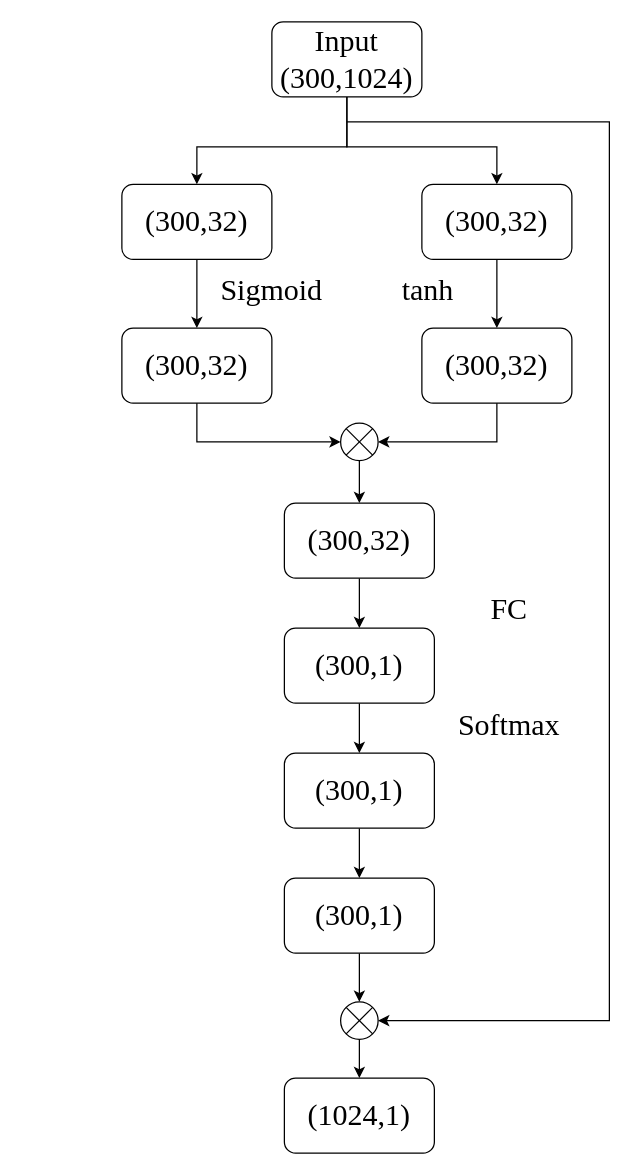
Earlier version of the draw.io diagram MIVL.drawio (limengzhu3211/draw). Source tidied: cells renumbered, new cells numbered last; positions are measured from the earlier drawing's top-left corner, leaving out a move shared by most shapes. Both pictures are drawn from the tidied source at 125%, with x=0, y=0 at pixel (121, 21).
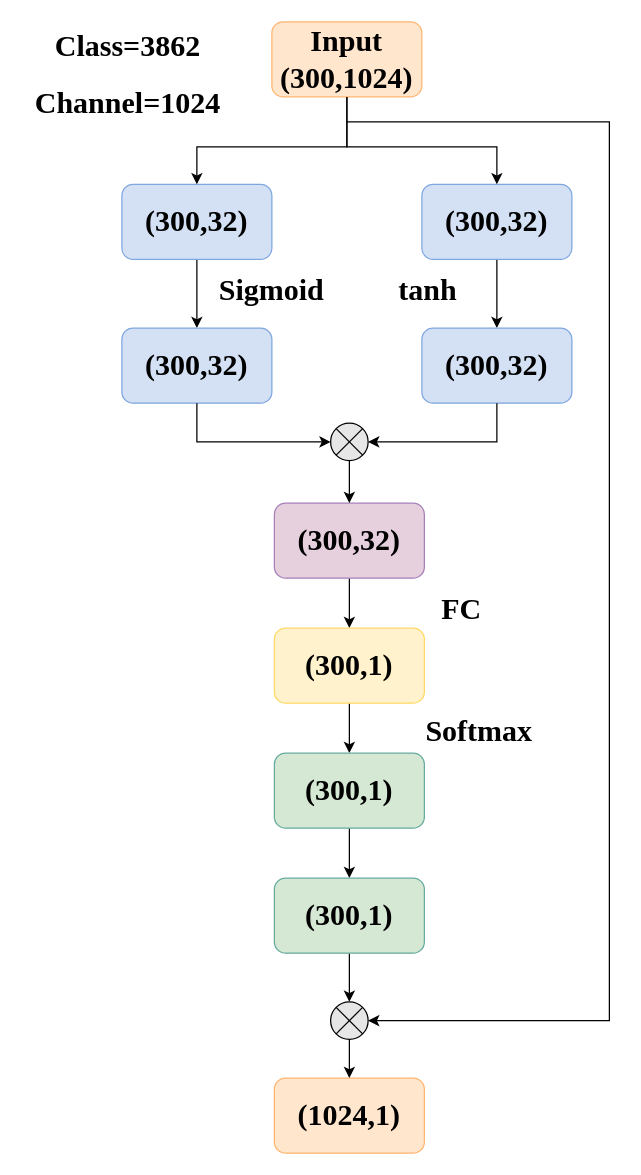
After the change.

Change to the diagram source:
```diff
@@
-    <mxCell id="2" value="&lt;font style=&quot;font-size: 24px&quot; face=&quot;Times New Roman&quot;&gt;Input&lt;br&gt;(300,1024)&lt;/font&gt;" style="rounded=1;whiteSpace=wrap;html=1;" parent="1" vertex="1">
+    <mxCell id="2" value="&lt;font style=&quot;font-size: 24px&quot; face=&quot;Times New Roman&quot;&gt;&lt;b&gt;Input&lt;br&gt;(300,1024)&lt;/b&gt;&lt;/font&gt;" style="rounded=1;whiteSpace=wrap;html=1;fillColor=#FFE6CC;strokeColor=#FFB570;" parent="1" vertex="1">
       <mxGeometry x="120" width="120" height="60" as="geometry" />
     </mxCell>
@@
-    <mxCell id="4" value="&lt;font style=&quot;font-size: 24px&quot; face=&quot;Times New Roman&quot;&gt;(300,32)&lt;/font&gt;" style="rounded=1;whiteSpace=wrap;html=1;" parent="1" vertex="1">
+    <mxCell id="4" value="&lt;font style=&quot;font-size: 24px&quot; face=&quot;Times New Roman&quot;&gt;&lt;b&gt;(300,32)&lt;/b&gt;&lt;/font&gt;" style="rounded=1;whiteSpace=wrap;html=1;fillColor=#D4E1F5;strokeColor=#7EA6E0;" parent="1" vertex="1">
       <mxGeometry y="130" width="120" height="60" as="geometry" />
     </mxCell>
-    <mxCell id="5" value="&lt;font face=&quot;Times New Roman&quot; style=&quot;font-size: 24px&quot;&gt;(300,32)&lt;/font&gt;" style="rounded=1;whiteSpace=wrap;html=1;" parent="1" vertex="1">
+    <mxCell id="5" value="&lt;font face=&quot;Times New Roman&quot; style=&quot;font-size: 24px&quot;&gt;&lt;b&gt;(300,32)&lt;/b&gt;&lt;/font&gt;" style="rounded=1;whiteSpace=wrap;html=1;fillColor=#D4E1F5;strokeColor=#7EA6E0;" parent="1" vertex="1">
       <mxGeometry y="245" width="120" height="60" as="geometry" />
     </mxCell>
@@
-    <mxCell id="7" value="&lt;span&gt;&lt;font style=&quot;font-size: 24px&quot; face=&quot;Times New Roman&quot;&gt;(300,32)&lt;/font&gt;&lt;/span&gt;" style="rounded=1;whiteSpace=wrap;html=1;" parent="1" vertex="1">
-      <mxGeometry x="130" y="385" width="120" height="60" as="geometry" />
+    <mxCell id="7" value="&lt;span&gt;&lt;font style=&quot;font-size: 24px&quot; face=&quot;Times New Roman&quot;&gt;&lt;b&gt;(300,32)&lt;/b&gt;&lt;/font&gt;&lt;/span&gt;" style="rounded=1;whiteSpace=wrap;html=1;fillColor=#E6D0DE;strokeColor=#A680B8;" parent="1" vertex="1">
+      <mxGeometry x="122" y="385" width="120" height="60" as="geometry" />
     </mxCell>
@@
-    <mxCell id="10" value="&lt;span&gt;&lt;font style=&quot;font-size: 24px&quot; face=&quot;Times New Roman&quot;&gt;(300,1)&lt;/font&gt;&lt;/span&gt;" style="rounded=1;whiteSpace=wrap;html=1;" parent="1" vertex="1">
-      <mxGeometry x="130" y="485" width="120" height="60" as="geometry" />
+    <mxCell id="10" value="&lt;span&gt;&lt;font style=&quot;font-size: 24px&quot; face=&quot;Times New Roman&quot;&gt;&lt;b&gt;(300,1)&lt;/b&gt;&lt;/font&gt;&lt;/span&gt;" style="rounded=1;whiteSpace=wrap;html=1;fillColor=#FFF2CC;strokeColor=#FFD966;" parent="1" vertex="1">
+      <mxGeometry x="122" y="485" width="120" height="60" as="geometry" />
     </mxCell>
@@
-    <mxCell id="12" value="&lt;span&gt;&lt;font face=&quot;Times New Roman&quot; style=&quot;font-size: 24px&quot;&gt;(300,1)&lt;/font&gt;&lt;/span&gt;" style="rounded=1;whiteSpace=wrap;html=1;" parent="1" vertex="1">
-      <mxGeometry x="130" y="585" width="120" height="60" as="geometry" />
+    <mxCell id="12" value="&lt;span&gt;&lt;font face=&quot;Times New Roman&quot; style=&quot;font-size: 24px&quot;&gt;&lt;b&gt;(300,1)&lt;/b&gt;&lt;/font&gt;&lt;/span&gt;" style="rounded=1;whiteSpace=wrap;html=1;fillColor=#D5E8D4;strokeColor=#67AB9F;" parent="1" vertex="1">
+      <mxGeometry x="122" y="585" width="120" height="60" as="geometry" />
     </mxCell>
@@
-    <mxCell id="14" value="&lt;span&gt;&lt;font face=&quot;Times New Roman&quot; style=&quot;font-size: 24px&quot;&gt;(300,1)&lt;/font&gt;&lt;/span&gt;" style="rounded=1;whiteSpace=wrap;html=1;" parent="1" vertex="1">
-      <mxGeometry x="130" y="685" width="120" height="60" as="geometry" />
+    <mxCell id="14" value="&lt;span&gt;&lt;font face=&quot;Times New Roman&quot; style=&quot;font-size: 24px&quot;&gt;&lt;b&gt;(300,1)&lt;/b&gt;&lt;/font&gt;&lt;/span&gt;" style="rounded=1;whiteSpace=wrap;html=1;fillColor=#D5E8D4;strokeColor=#67AB9F;" parent="1" vertex="1">
+      <mxGeometry x="122" y="685" width="120" height="60" as="geometry" />
     </mxCell>
-    <mxCell id="15" value="&lt;span&gt;&lt;font face=&quot;Times New Roman&quot; style=&quot;font-size: 24px&quot;&gt;(1024,1)&lt;/font&gt;&lt;/span&gt;" style="rounded=1;whiteSpace=wrap;html=1;" parent="1" vertex="1">
-      <mxGeometry x="130" y="845" width="120" height="60" as="geometry" />
+    <mxCell id="15" value="&lt;span&gt;&lt;font face=&quot;Times New Roman&quot; style=&quot;font-size: 24px&quot;&gt;&lt;b&gt;(1024,1)&lt;/b&gt;&lt;/font&gt;&lt;/span&gt;" style="rounded=1;whiteSpace=wrap;html=1;fillColor=#FFE6CC;strokeColor=#FFB570;" parent="1" vertex="1">
+      <mxGeometry x="122" y="845" width="120" height="60" as="geometry" />
     </mxCell>
@@
-    <mxCell id="17" style="ellipse;whiteSpace=wrap;html=1;" parent="1" vertex="1">
-      <mxGeometry x="175" y="321" width="30" height="30" as="geometry" />
+    <mxCell id="17" style="ellipse;whiteSpace=wrap;html=1;fillColor=#E6E6E6;" parent="1" vertex="1">
+      <mxGeometry x="167" y="321" width="30" height="30" as="geometry" />
     </mxCell>
@@
-    <mxCell id="19" style="endArrow=none;html=1;rounded=0;edgeStyle=orthogonalEdgeStyle;exitX=0;exitY=0;exitDx=0;exitDy=0;entryX=1;entryY=1;entryDx=0;entryDy=0;" parent="1" edge="1" source="17" target="17">
+    <mxCell id="19" style="endArrow=none;html=1;rounded=0;edgeStyle=orthogonalEdgeStyle;exitX=0;exitY=0;exitDx=0;exitDy=0;entryX=1;entryY=1;entryDx=0;entryDy=0;fillColor=#E6E6E6;" parent="1" edge="1" source="17" target="17">
       <mxGeometry relative="1" as="geometry" />
     </mxCell>
-    <mxCell id="20" style="endArrow=none;html=1;rounded=0;edgeStyle=orthogonalEdgeStyle;exitX=0;exitY=1;exitDx=0;exitDy=0;entryX=1;entryY=0;entryDx=0;entryDy=0;" parent="1" edge="1" source="17" target="17">
+    <mxCell id="20" style="endArrow=none;html=1;rounded=0;edgeStyle=orthogonalEdgeStyle;exitX=0;exitY=1;exitDx=0;exitDy=0;entryX=1;entryY=0;entryDx=0;entryDy=0;fillColor=#E6E6E6;" parent="1" edge="1" source="17" target="17">
       <mxGeometry relative="1" as="geometry" />
     </mxCell>
@@
-    <mxCell id="22" value="&lt;font style=&quot;font-size: 24px&quot; face=&quot;Times New Roman&quot;&gt;(300,32)&lt;/font&gt;" style="rounded=1;whiteSpace=wrap;html=1;" parent="1" vertex="1">
+    <mxCell id="22" value="&lt;font style=&quot;font-size: 24px&quot; face=&quot;Times New Roman&quot;&gt;&lt;b&gt;(300,32)&lt;/b&gt;&lt;/font&gt;" style="rounded=1;whiteSpace=wrap;html=1;fillColor=#D4E1F5;strokeColor=#7EA6E0;" parent="1" vertex="1">
       <mxGeometry x="240" y="130" width="120" height="60" as="geometry" />
     </mxCell>
-    <mxCell id="23" value="&lt;font face=&quot;Times New Roman&quot; style=&quot;font-size: 24px&quot;&gt;(300,32)&lt;/font&gt;" style="rounded=1;whiteSpace=wrap;html=1;" parent="1" vertex="1">
+    <mxCell id="23" value="&lt;font face=&quot;Times New Roman&quot; style=&quot;font-size: 24px&quot;&gt;&lt;b&gt;(300,32)&lt;/b&gt;&lt;/font&gt;" style="rounded=1;whiteSpace=wrap;html=1;fillColor=#D4E1F5;strokeColor=#7EA6E0;" parent="1" vertex="1">
       <mxGeometry x="240" y="245" width="120" height="60" as="geometry" />
     </mxCell>
@@
-    <mxCell id="27" style="ellipse;whiteSpace=wrap;html=1;" parent="1" vertex="1">
-      <mxGeometry x="175" y="784" width="30" height="30" as="geometry" />
+    <mxCell id="27" style="ellipse;whiteSpace=wrap;html=1;fillColor=#E6E6E6;" parent="1" vertex="1">
+      <mxGeometry x="167" y="784" width="30" height="30" as="geometry" />
     </mxCell>
-    <mxCell id="28" style="endArrow=none;html=1;rounded=0;edgeStyle=orthogonalEdgeStyle;exitX=0;exitY=0;exitDx=0;exitDy=0;entryX=1;entryY=1;entryDx=0;entryDy=0;" parent="1" edge="1" source="27" target="27">
+    <mxCell id="28" style="endArrow=none;html=1;rounded=0;edgeStyle=orthogonalEdgeStyle;exitX=0;exitY=0;exitDx=0;exitDy=0;entryX=1;entryY=1;entryDx=0;entryDy=0;fillColor=#E6E6E6;" parent="1" edge="1" source="27" target="27">
       <mxGeometry relative="1" as="geometry" />
     </mxCell>
-    <mxCell id="29" style="endArrow=none;html=1;rounded=0;edgeStyle=orthogonalEdgeStyle;exitX=0;exitY=1;exitDx=0;exitDy=0;entryX=1;entryY=0;entryDx=0;entryDy=0;" parent="1" edge="1" source="27" target="27">
+    <mxCell id="29" style="endArrow=none;html=1;rounded=0;edgeStyle=orthogonalEdgeStyle;exitX=0;exitY=1;exitDx=0;exitDy=0;entryX=1;entryY=0;entryDx=0;entryDy=0;fillColor=#E6E6E6;" parent="1" edge="1" source="27" target="27">
       <mxGeometry relative="1" as="geometry" />
     </mxCell>
@@
-    <mxCell id="31" value="&lt;font style=&quot;font-size: 24px&quot; face=&quot;Times New Roman&quot;&gt;Sigmoid&lt;/font&gt;" style="text;html=1;strokeColor=none;fillColor=none;align=center;verticalAlign=middle;whiteSpace=wrap;rounded=0;" parent="1" vertex="1">
+    <mxCell id="31" value="&lt;font style=&quot;font-size: 24px&quot; face=&quot;Times New Roman&quot;&gt;&lt;b&gt;Sigmoid&lt;/b&gt;&lt;/font&gt;" style="text;html=1;strokeColor=none;fillColor=none;align=center;verticalAlign=middle;whiteSpace=wrap;rounded=0;" parent="1" vertex="1">
       <mxGeometry x="70" y="200" width="100" height="30" as="geometry" />
     </mxCell>
-    <mxCell id="32" value="&lt;font face=&quot;Times New Roman&quot; style=&quot;font-size: 24px&quot;&gt;tanh&lt;/font&gt;" style="text;html=1;strokeColor=none;fillColor=none;align=center;verticalAlign=middle;whiteSpace=wrap;rounded=0;" parent="1" vertex="1">
+    <mxCell id="32" value="&lt;font face=&quot;Times New Roman&quot; style=&quot;font-size: 24px&quot;&gt;&lt;b&gt;tanh&lt;/b&gt;&lt;/font&gt;" style="text;html=1;strokeColor=none;fillColor=none;align=center;verticalAlign=middle;whiteSpace=wrap;rounded=0;" parent="1" vertex="1">
       <mxGeometry x="210" y="200" width="70" height="30" as="geometry" />
     </mxCell>
-    <mxCell id="33" value="&lt;font style=&quot;font-size: 24px&quot; face=&quot;Times New Roman&quot;&gt;FC&lt;/font&gt;" style="text;html=1;strokeColor=none;fillColor=none;align=center;verticalAlign=middle;whiteSpace=wrap;rounded=0;" parent="1" vertex="1">
-      <mxGeometry x="280" y="455" width="60" height="30" as="geometry" />
+    <mxCell id="33" value="&lt;font style=&quot;font-size: 24px&quot; face=&quot;Times New Roman&quot;&gt;&lt;b&gt;FC&lt;/b&gt;&lt;/font&gt;" style="text;html=1;strokeColor=none;fillColor=none;align=center;verticalAlign=middle;whiteSpace=wrap;rounded=0;" parent="1" vertex="1">
+      <mxGeometry x="242" y="455" width="60" height="30" as="geometry" />
     </mxCell>
-    <mxCell id="34" value="&lt;font style=&quot;font-size: 24px&quot; face=&quot;Times New Roman&quot;&gt;Softmax&lt;/font&gt;" style="text;html=1;strokeColor=none;fillColor=none;align=center;verticalAlign=middle;whiteSpace=wrap;rounded=0;" parent="1" vertex="1">
-      <mxGeometry x="270" y="545" width="80" height="35" as="geometry" />
+    <mxCell id="34" value="&lt;font style=&quot;font-size: 24px&quot; face=&quot;Times New Roman&quot;&gt;&lt;b&gt;Softmax&lt;/b&gt;&lt;/font&gt;" style="text;html=1;strokeColor=none;fillColor=none;align=center;verticalAlign=middle;whiteSpace=wrap;rounded=0;" parent="1" vertex="1">
+      <mxGeometry x="246" y="550" width="80" height="35" as="geometry" />
     </mxCell>
+    <mxCell id="35" value="&lt;font style=&quot;font-size: 24px&quot; face=&quot;Times New Roman&quot;&gt;&lt;b&gt;Class=3862&lt;/b&gt;&lt;/font&gt;" style="text;html=1;strokeColor=none;fillColor=none;align=center;verticalAlign=middle;whiteSpace=wrap;rounded=0;" parent="1" vertex="1">
+      <mxGeometry x="-60" width="130" height="40" as="geometry" />
+    </mxCell>
+    <mxCell id="36" value="&lt;font style=&quot;font-size: 24px&quot; face=&quot;Times New Roman&quot;&gt;&lt;b&gt;Channel=1024&lt;/b&gt;&lt;/font&gt;" style="text;html=1;strokeColor=none;fillColor=none;align=center;verticalAlign=middle;whiteSpace=wrap;rounded=0;" parent="1" vertex="1">
+      <mxGeometry x="-80" y="50" width="170" height="30" as="geometry" />
+    </mxCell>
```
